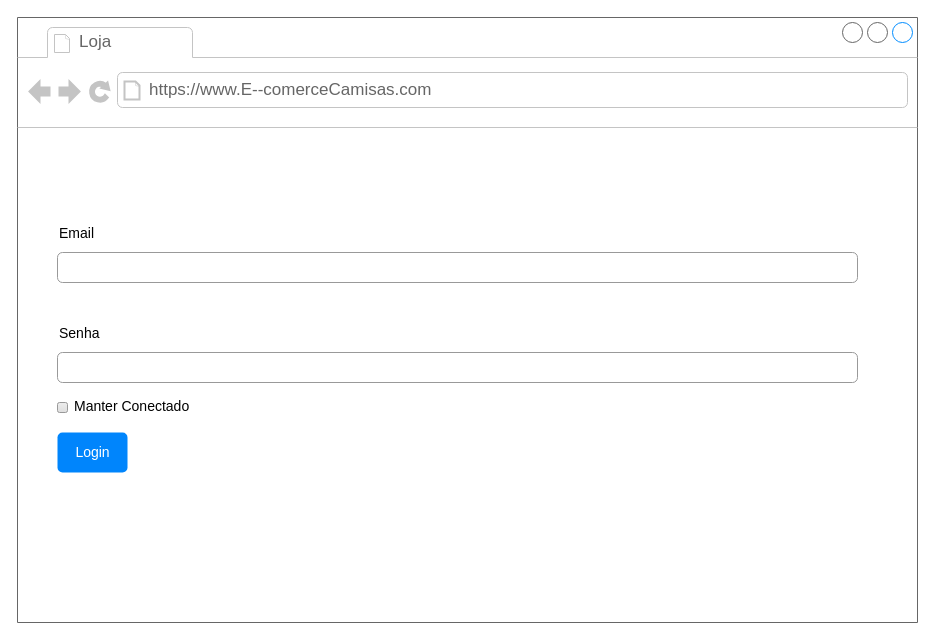
The draw.io diagram Diagramas/Tela-Login.drawio in Alisson-tech/E-commerce_de_Camiseta, before the edit. Source tidied: cells renumbered, new cells numbered last; positions are measured from the earlier drawing's top-left corner, leaving out a move shared by most shapes. Both pictures are drawn from the tidied source at 100%, with x=0, y=0 at pixel (17, 17).
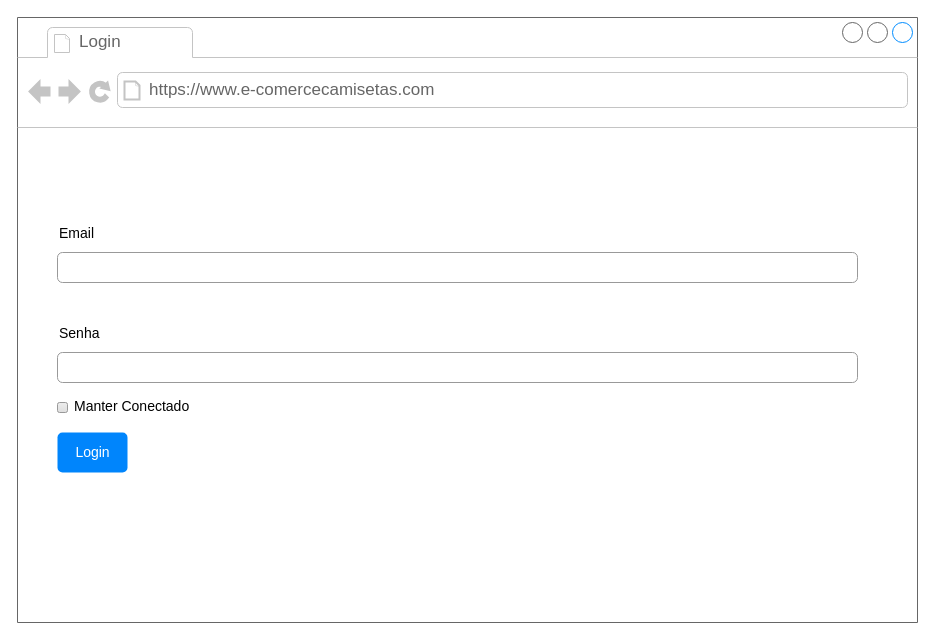
The same diagram, later.

Commit message (it also covers changes not shown here):
Corrigindo pequenos erros na tela Login

Diff of the diagram source:
```diff
@@
 <mxGraphModel background="#ffffff">
   <root>
     <mxCell id="0" />
     <mxCell id="1" parent="0" />
     <mxCell id="2" style="strokeWidth=1;shadow=0;dashed=0;align=center;html=1;shape=mxgraph.mockup.containers.browserWindow;rSize=0;strokeColor=#666666;strokeColor2=#008cff;strokeColor3=#c4c4c4;mainText=,;" parent="1" vertex="1">
       <mxGeometry width="900" height="605" as="geometry" />
     </mxCell>
-    <mxCell id="3" value="Loja" style="strokeWidth=1;shadow=0;dashed=0;align=center;html=1;shape=mxgraph.mockup.containers.anchor;fontSize=17;fontColor=#666666;align=left;" parent="2" vertex="1">
+    <mxCell id="3" value="Login" style="strokeWidth=1;shadow=0;dashed=0;align=center;html=1;shape=mxgraph.mockup.containers.anchor;fontSize=17;fontColor=#666666;align=left;" parent="2" vertex="1">
       <mxGeometry x="60" y="12" width="110" height="26" as="geometry" />
     </mxCell>
-    <mxCell id="4" value="https://www.E--comerceCamisas.com" style="strokeWidth=1;shadow=0;dashed=0;align=center;html=1;shape=mxgraph.mockup.containers.anchor;rSize=0;fontSize=17;fontColor=#666666;align=left;" parent="2" vertex="1">
+    <mxCell id="4" value="https://www.e-comercecamisetas.com" style="strokeWidth=1;shadow=0;dashed=0;align=center;html=1;shape=mxgraph.mockup.containers.anchor;rSize=0;fontSize=17;fontColor=#666666;align=left;" parent="2" vertex="1">
       <mxGeometry x="130" y="60" width="320" height="26" as="geometry" />
     </mxCell>
     <mxCell id="5" value="Email" style="fillColor=none;strokeColor=none;align=left;fontSize=14;" parent="2" vertex="1">
       <mxGeometry width="260" height="40" relative="1" as="geometry">
         <mxPoint x="40" y="195" as="offset" />
       </mxGeometry>
     </mxCell>
     <mxCell id="6" style="html=1;shadow=0;dashed=0;shape=mxgraph.bootstrap.rrect;rSize=5;fillColor=none;strokeColor=#999999;align=left;spacing=15;fontSize=14;fontColor=#6C767D;" parent="2" vertex="1">
       <mxGeometry width="800" height="30" relative="1" as="geometry">
         <mxPoint x="40" y="235" as="offset" />
       </mxGeometry>
     </mxCell>
     <mxCell id="7" value="Senha" style="fillColor=none;strokeColor=none;align=left;fontSize=14;" parent="2" vertex="1">
       <mxGeometry width="260" height="40" relative="1" as="geometry">
         <mxPoint x="40" y="295" as="offset" />
       </mxGeometry>
     </mxCell>
     <mxCell id="8" style="html=1;shadow=0;dashed=0;shape=mxgraph.bootstrap.rrect;rSize=5;fillColor=none;strokeColor=#999999;align=left;spacing=15;fontSize=14;fontColor=#6C767D;" parent="2" vertex="1">
       <mxGeometry width="800" height="30" relative="1" as="geometry">
         <mxPoint x="40" y="335" as="offset" />
       </mxGeometry>
     </mxCell>
     <mxCell id="9" value="Manter Conectado" style="html=1;shadow=0;dashed=0;shape=mxgraph.bootstrap.rrect;rSize=2;fillColor=#EDEDED;strokeColor=#999999;align=left;fontSize=14;fontColor=#000000;labelPosition=right;verticalLabelPosition=middle;verticalAlign=middle;spacingLeft=5;spacingTop=-2;gradientColor=#DEDEDE;" parent="2" vertex="1">
       <mxGeometry width="10" height="10" relative="1" as="geometry">
         <mxPoint x="40" y="385" as="offset" />
       </mxGeometry>
     </mxCell>
     <mxCell id="10" value="Login" style="html=1;shadow=0;dashed=0;shape=mxgraph.bootstrap.rrect;rSize=5;fillColor=#0085FC;strokeColor=none;align=center;fontSize=14;fontColor=#FFFFFF;" parent="2" vertex="1">
       <mxGeometry width="70" height="40" relative="1" as="geometry">
         <mxPoint x="40" y="415" as="offset" />
       </mxGeometry>
     </mxCell>
   </root>
 </mxGraphModel>
```
